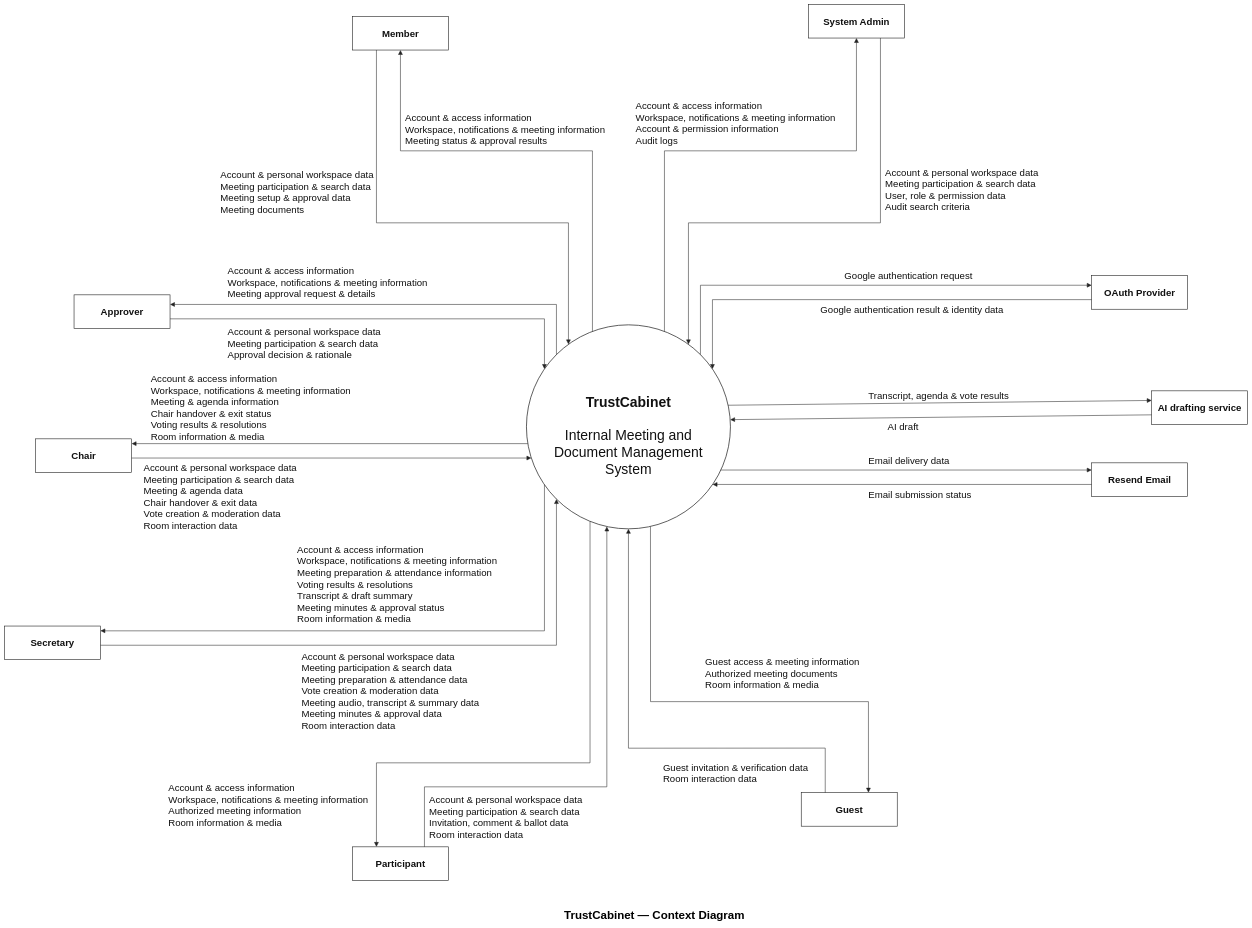
Above: docs/11-contextdiagram/trustcabinet-context.drawio in callmehai/FU-FA26-G116 (draw.io), before the change. Source tidied: cells renumbered, new cells numbered last; positions are measured from the earlier drawing's top-left corner, leaving out a move shared by most shapes. Both pictures are drawn from the tidied source at 24%, with x=0, y=0 at pixel (4, 4).
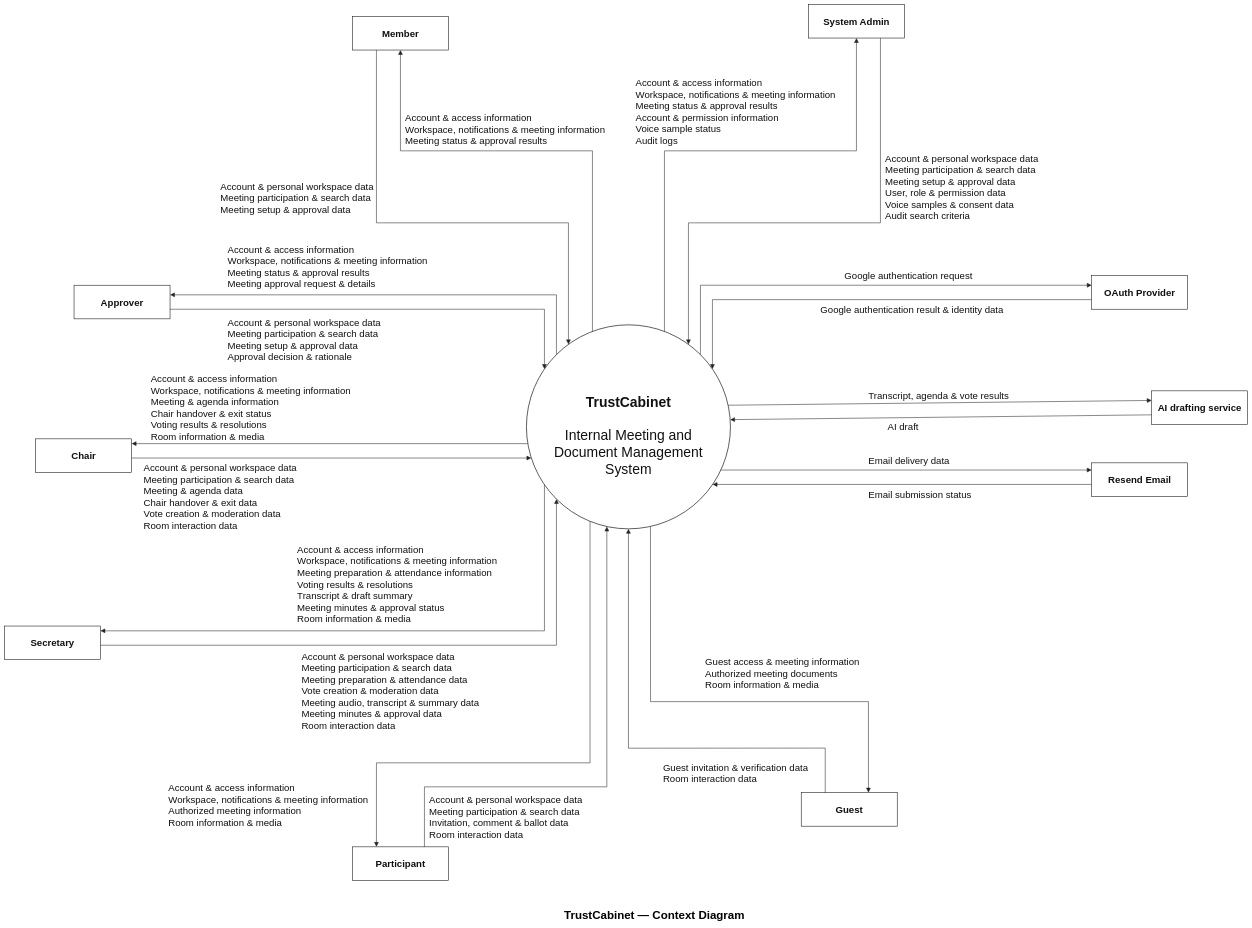
The same page after the edit.

Unchanged cells that the change refers to:
```xml
<mxCell id="3" value="&lt;b&gt;&lt;br&gt;TrustCabinet&lt;/b&gt;&lt;br&gt;&lt;br&gt;&lt;div&gt;Internal Meeting and&lt;/div&gt;&lt;div&gt;Document Management&lt;/div&gt;&lt;div&gt;System&lt;/div&gt;" style="ellipse;whiteSpace=wrap;html=1;fillColor=#ffffff;strokeColor=#222222;strokeWidth=3;fontColor=#111111;fontFamily=Arial;fontSize=58;align=center;" parent="1" vertex="1">
  <mxGeometry x="2175" y="1335" width="850" height="850" as="geometry" />
</mxCell>
```

What changed in the source:
```diff
@@
     <mxCell id="6" value="Approver" style="rounded=0;whiteSpace=wrap;html=1;fillColor=#ffffff;strokeColor=#222222;strokeWidth=2.5;fontColor=#111111;fontFamily=Arial;fontSize=40;fontStyle=1;align=center;verticalAlign=middle;spacing=12;" parent="1" vertex="1">
-      <mxGeometry x="290" y="1210" width="400" height="140" as="geometry" />
+      <mxGeometry x="290" y="1170" width="400" height="140" as="geometry" />
     </mxCell>
@@
-    <mxCell id="15" value="Account &amp;amp; personal workspace data&lt;br&gt;Meeting participation &amp;amp; search data&lt;br&gt;User, role &amp;amp; permission data&lt;br&gt;Audit search criteria" style="text;html=1;align=left;verticalAlign=middle;whiteSpace=nowrap;overflow=visible;strokeColor=none;fillColor=none;spacing=0;fontFamily=Arial;fontSize=40;fontColor=#111111;" parent="1" vertex="1">
-      <mxGeometry x="3670" y="670" width="658" height="202" as="geometry" />
+    <mxCell id="15" value="Account &amp;amp; personal workspace data&lt;br&gt;Meeting participation &amp;amp; search data&lt;br&gt;Meeting setup &amp;amp; approval data&lt;br&gt;User, role &amp;amp; permission data&lt;br&gt;Voice samples &amp;amp; consent data&lt;br&gt;Audit search criteria" style="text;html=1;align=left;verticalAlign=middle;whiteSpace=nowrap;overflow=visible;strokeColor=none;fillColor=none;spacing=0;fontFamily=Arial;fontSize=40;fontColor=#111111;" parent="1" vertex="1">
+      <mxGeometry x="3670" y="610" width="658" height="300" as="geometry" />
     </mxCell>
@@
-    <mxCell id="17" value="Account &amp;amp; access information&lt;br&gt;Workspace, notifications &amp;amp; meeting information&lt;br&gt;Account &amp;amp; permission information&lt;br&gt;Audit logs" style="text;html=1;align=left;verticalAlign=middle;whiteSpace=nowrap;overflow=visible;strokeColor=none;fillColor=none;spacing=0;fontFamily=Arial;fontSize=40;fontColor=#111111;" parent="1" vertex="1">
-      <mxGeometry x="2630" y="394" width="852" height="202" as="geometry" />
+    <mxCell id="17" value="Account &amp;amp; access information&lt;br&gt;Workspace, notifications &amp;amp; meeting information&lt;br&gt;Meeting status &amp;amp; approval results&lt;br&gt;Account &amp;amp; permission information&lt;br&gt;Voice sample status&lt;br&gt;Audit logs" style="text;html=1;align=left;verticalAlign=middle;whiteSpace=nowrap;overflow=visible;strokeColor=none;fillColor=none;spacing=0;fontFamily=Arial;fontSize=40;fontColor=#111111;" parent="1" vertex="1">
+      <mxGeometry x="2630" y="296" width="852" height="300" as="geometry" />
     </mxCell>
@@
-    <mxCell id="19" value="Account &amp;amp; personal workspace data&lt;br&gt;Meeting participation &amp;amp; search data&lt;br&gt;Meeting setup &amp;amp; approval data&lt;br&gt;Meeting documents" style="text;html=1;align=left;verticalAlign=middle;whiteSpace=nowrap;overflow=visible;strokeColor=none;fillColor=none;spacing=0;fontFamily=Arial;fontSize=40;fontColor=#111111;" parent="1" vertex="1">
-      <mxGeometry x="900" y="680" width="658" height="202" as="geometry" />
+    <mxCell id="19" value="Account &amp;amp; personal workspace data&lt;br&gt;Meeting participation &amp;amp; search data&lt;br&gt;Meeting setup &amp;amp; approval data" style="text;html=1;align=left;verticalAlign=middle;whiteSpace=nowrap;overflow=visible;strokeColor=none;fillColor=none;spacing=0;fontFamily=Arial;fontSize=40;fontColor=#111111;" parent="1" vertex="1">
+      <mxGeometry x="900" y="729" width="658" height="153" as="geometry" />
     </mxCell>
@@
     <mxCell id="22" style="edgeStyle=none;rounded=0;jettySize=auto;html=1;endArrow=block;endFill=1;endSize=14;startArrow=none;strokeWidth=2.2;strokeColor=#222222;fontColor=#111111;fontFamily=Arial;fontSize=40;align=left;verticalAlign=middle;labelBackgroundColor=none;exitX=1.0000000000;exitY=0.7142857143;exitDx=0;exitDy=0;exitPerimeter=0;entryX=0.0882352941;entryY=0.2163529412;entryDx=0;entryDy=0;entryPerimeter=0;" parent="1" edge="1" source="6" target="3">
       <mxGeometry relative="1" as="geometry">
         <Array as="points">
-          <mxPoint x="2250" y="1310" />
+          <mxPoint x="2250" y="1270" />
         </Array>
       </mxGeometry>
     </mxCell>
-    <mxCell id="23" value="Account &amp;amp; personal workspace data&lt;br&gt;Meeting participation &amp;amp; search data&lt;br&gt;Approval decision &amp;amp; rationale" style="text;html=1;align=left;verticalAlign=middle;whiteSpace=nowrap;overflow=visible;strokeColor=none;fillColor=none;spacing=0;fontFamily=Arial;fontSize=40;fontColor=#111111;" parent="1" vertex="1">
-      <mxGeometry x="930" y="1335" width="658" height="153" as="geometry" />
+    <mxCell id="23" value="Account &amp;amp; personal workspace data&lt;br&gt;Meeting participation &amp;amp; search data&lt;br&gt;Meeting setup &amp;amp; approval data&lt;br&gt;Approval decision &amp;amp; rationale" style="text;html=1;align=left;verticalAlign=middle;whiteSpace=nowrap;overflow=visible;strokeColor=none;fillColor=none;spacing=0;fontFamily=Arial;fontSize=40;fontColor=#111111;" parent="1" vertex="1">
+      <mxGeometry x="930" y="1295" width="658" height="202" as="geometry" />
     </mxCell>
     <mxCell id="24" style="edgeStyle=none;rounded=0;jettySize=auto;html=1;endArrow=block;endFill=1;endSize=14;startArrow=none;strokeWidth=2.2;strokeColor=#222222;fontColor=#111111;fontFamily=Arial;fontSize=40;align=left;verticalAlign=middle;labelBackgroundColor=none;exitX=0.1470588235;exitY=0.1458823529;exitDx=0;exitDy=0;exitPerimeter=0;entryX=1.0000000000;entryY=0.2857142857;entryDx=0;entryDy=0;entryPerimeter=0;" parent="1" edge="1" source="3" target="6">
       <mxGeometry relative="1" as="geometry">
         <Array as="points">
-          <mxPoint x="2300" y="1250" />
+          <mxPoint x="2300" y="1210" />
         </Array>
       </mxGeometry>
     </mxCell>
-    <mxCell id="25" value="Account &amp;amp; access information&lt;br&gt;Workspace, notifications &amp;amp; meeting information&lt;br&gt;Meeting approval request &amp;amp; details" style="text;html=1;align=left;verticalAlign=middle;whiteSpace=nowrap;overflow=visible;strokeColor=none;fillColor=none;spacing=0;fontFamily=Arial;fontSize=40;fontColor=#111111;" parent="1" vertex="1">
-      <mxGeometry x="930" y="1080" width="852" height="153" as="geometry" />
+    <mxCell id="25" value="Account &amp;amp; access information&lt;br&gt;Workspace, notifications &amp;amp; meeting information&lt;br&gt;Meeting status &amp;amp; approval results&lt;br&gt;Meeting approval request &amp;amp; details" style="text;html=1;align=left;verticalAlign=middle;whiteSpace=nowrap;overflow=visible;strokeColor=none;fillColor=none;spacing=0;fontFamily=Arial;fontSize=40;fontColor=#111111;" parent="1" vertex="1">
+      <mxGeometry x="930" y="991" width="852" height="202" as="geometry" />
     </mxCell>
```
